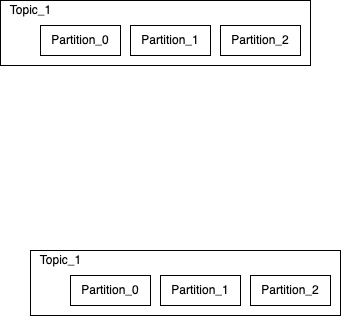
This is kafka消费策略.png from wu0hgl/note_pic, a draw.io export, as it was before one commit. Source tidied: cells renumbered, new cells last; positions are measured from the earlier drawing's top-left corner, leaving out a move shared by most shapes. The source it was exported from:
```xml
<mxGraphModel>
  <root>
    <mxCell id="0" />
    <mxCell id="1" parent="0" />
    <mxCell id="2" style="rounded=0;whiteSpace=wrap;html=1;" parent="1" vertex="1">
      <mxGeometry width="310" height="65" as="geometry" />
    </mxCell>
    <mxCell id="3" value="Partition_0" style="rounded=0;whiteSpace=wrap;html=1;" parent="1" vertex="1">
      <mxGeometry x="40" y="25" width="80" height="30" as="geometry" />
    </mxCell>
    <mxCell id="4" value="Partition_1" style="rounded=0;whiteSpace=wrap;html=1;" parent="1" vertex="1">
      <mxGeometry x="130" y="25" width="80" height="30" as="geometry" />
    </mxCell>
    <mxCell id="5" value="Partition_2" style="rounded=0;whiteSpace=wrap;html=1;" parent="1" vertex="1">
      <mxGeometry x="220" y="25" width="80" height="30" as="geometry" />
    </mxCell>
    <mxCell id="6" value="Topic_1" style="text;html=1;align=center;verticalAlign=middle;fillColor=none;strokeColor=none;rounded=0;" parent="1" vertex="1">
      <mxGeometry width="60" height="20" as="geometry" />
    </mxCell>
    <mxCell id="7" style="rounded=0;whiteSpace=wrap;html=1;" parent="1" vertex="1">
      <mxGeometry x="30" y="250" width="310" height="65" as="geometry" />
    </mxCell>
    <mxCell id="8" value="Partition_0" style="rounded=0;whiteSpace=wrap;html=1;" parent="1" vertex="1">
      <mxGeometry x="70" y="275" width="80" height="30" as="geometry" />
    </mxCell>
    <mxCell id="9" value="Partition_1" style="rounded=0;whiteSpace=wrap;html=1;" parent="1" vertex="1">
      <mxGeometry x="160" y="275" width="80" height="30" as="geometry" />
    </mxCell>
    <mxCell id="10" value="Partition_2" style="rounded=0;whiteSpace=wrap;html=1;" parent="1" vertex="1">
      <mxGeometry x="250" y="275" width="80" height="30" as="geometry" />
    </mxCell>
    <mxCell id="11" value="Topic_1" style="text;html=1;align=center;verticalAlign=middle;fillColor=none;strokeColor=none;rounded=0;" parent="1" vertex="1">
      <mxGeometry x="30" y="250" width="60" height="20" as="geometry" />
    </mxCell>
  </root>
</mxGraphModel>
```
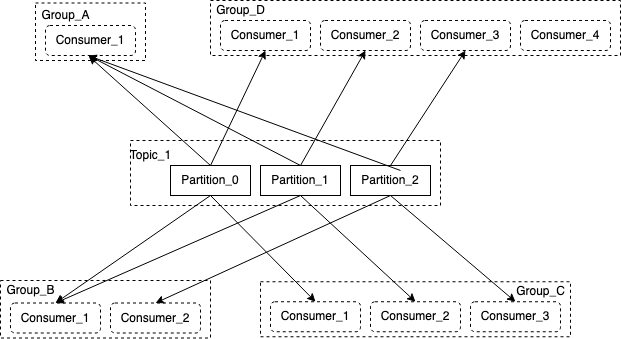
After the change.

Commit message:
更新kafka消费策略.png

The edit, as a diff of the source:
```diff
@@ -2,7 +2,13 @@
   <root>
     <mxCell id="0" />
     <mxCell id="1" parent="0" />
+    <mxCell id="12" style="rounded=0;whiteSpace=wrap;html=1;dashed=1;" parent="1" vertex="1">
+      <mxGeometry x="80" y="-140" width="410" height="55" as="geometry" />
+    </mxCell>
+    <mxCell id="13" style="rounded=0;whiteSpace=wrap;html=1;dashed=1;" parent="1" vertex="1">
+      <mxGeometry x="130" y="141.2" width="310" height="55" as="geometry" />
+    </mxCell>
-    <mxCell id="2" style="rounded=0;whiteSpace=wrap;html=1;" parent="1" vertex="1">
+    <mxCell id="2" style="rounded=0;whiteSpace=wrap;html=1;dashed=1;" parent="1" vertex="1">
       <mxGeometry width="310" height="65" as="geometry" />
     </mxCell>
     <mxCell id="3" value="Partition_0" style="rounded=0;whiteSpace=wrap;html=1;" parent="1" vertex="1">
@@ -15,22 +21,93 @@
       <mxGeometry x="220" y="25" width="80" height="30" as="geometry" />
     </mxCell>
     <mxCell id="6" value="Topic_1" style="text;html=1;align=center;verticalAlign=middle;fillColor=none;strokeColor=none;rounded=0;" parent="1" vertex="1">
-      <mxGeometry width="60" height="20" as="geometry" />
+      <mxGeometry x="-10" y="5" width="60" height="20" as="geometry" />
     </mxCell>
-    <mxCell id="7" style="rounded=0;whiteSpace=wrap;html=1;" parent="1" vertex="1">
-      <mxGeometry x="30" y="250" width="310" height="65" as="geometry" />
-    </mxCell>
-    <mxCell id="8" value="Partition_0" style="rounded=0;whiteSpace=wrap;html=1;" parent="1" vertex="1">
-      <mxGeometry x="70" y="275" width="80" height="30" as="geometry" />
-    </mxCell>
-    <mxCell id="9" value="Partition_1" style="rounded=0;whiteSpace=wrap;html=1;" parent="1" vertex="1">
-      <mxGeometry x="160" y="275" width="80" height="30" as="geometry" />
-    </mxCell>
-    <mxCell id="10" value="Partition_2" style="rounded=0;whiteSpace=wrap;html=1;" parent="1" vertex="1">
-      <mxGeometry x="250" y="275" width="80" height="30" as="geometry" />
-    </mxCell>
-    <mxCell id="11" value="Topic_1" style="text;html=1;align=center;verticalAlign=middle;fillColor=none;strokeColor=none;rounded=0;" parent="1" vertex="1">
-      <mxGeometry x="30" y="250" width="60" height="20" as="geometry" />
-    </mxCell>
+    <mxCell id="14" style="rounded=0;whiteSpace=wrap;html=1;dashed=1;" parent="1" vertex="1">
+      <mxGeometry x="-95" y="-137.5" width="110" height="57.5" as="geometry" />
+    </mxCell>
+    <mxCell id="15" value="Consumer_1" style="rounded=1;whiteSpace=wrap;html=1;dashed=1;strokeColor=#000000;" parent="1" vertex="1">
+      <mxGeometry x="-85" y="-115" width="90" height="30" as="geometry" />
+    </mxCell>
+    <mxCell id="16" value="Consumer_3" style="rounded=1;whiteSpace=wrap;html=1;dashed=1;strokeColor=#000000;" parent="1" vertex="1">
+      <mxGeometry x="340" y="161.2" width="90" height="30" as="geometry" />
+    </mxCell>
+    <mxCell id="17" value="Group_A" style="text;html=1;align=center;verticalAlign=middle;fillColor=none;strokeColor=none;rounded=0;" parent="1" vertex="1">
+      <mxGeometry x="-95" y="-135" width="60" height="20" as="geometry" />
+    </mxCell>
+    <mxCell id="18" style="rounded=0;whiteSpace=wrap;html=1;dashed=1;" parent="1" vertex="1">
+      <mxGeometry x="-130" y="140" width="210" height="57.5" as="geometry" />
+    </mxCell>
+    <mxCell id="19" value="Consumer_1" style="rounded=1;whiteSpace=wrap;html=1;dashed=1;strokeColor=#000000;" parent="1" vertex="1">
+      <mxGeometry x="-120" y="162.5" width="90" height="30" as="geometry" />
+    </mxCell>
+    <mxCell id="20" value="Consumer_2" style="rounded=1;whiteSpace=wrap;html=1;dashed=1;strokeColor=#000000;" parent="1" vertex="1">
+      <mxGeometry x="-20" y="162.5" width="90" height="30" as="geometry" />
+    </mxCell>
+    <mxCell id="21" value="&lt;div&gt;Group_B&lt;/div&gt;" style="text;html=1;align=center;verticalAlign=middle;fillColor=none;strokeColor=none;rounded=0;" parent="1" vertex="1">
+      <mxGeometry x="-130" y="140" width="60" height="20" as="geometry" />
+    </mxCell>
+    <mxCell id="22" value="Consumer_1" style="rounded=1;whiteSpace=wrap;html=1;dashed=1;strokeColor=#000000;" parent="1" vertex="1">
+      <mxGeometry x="140" y="161.2" width="90" height="30" as="geometry" />
+    </mxCell>
+    <mxCell id="23" value="Consumer_2" style="rounded=1;whiteSpace=wrap;html=1;dashed=1;strokeColor=#000000;" parent="1" vertex="1">
+      <mxGeometry x="240" y="161.2" width="90" height="30" as="geometry" />
+    </mxCell>
+    <mxCell id="24" value="&lt;div&gt;Group_C&lt;/div&gt;" style="text;html=1;align=center;verticalAlign=middle;fillColor=none;strokeColor=none;rounded=0;" parent="1" vertex="1">
+      <mxGeometry x="380" y="141.2" width="60" height="20" as="geometry" />
+    </mxCell>
+    <mxCell id="25" value="Consumer_4" style="rounded=1;whiteSpace=wrap;html=1;dashed=1;strokeColor=#000000;" parent="1" vertex="1">
+      <mxGeometry x="390" y="-120" width="90" height="30" as="geometry" />
+    </mxCell>
+    <mxCell id="26" value="Consumer_3" style="rounded=1;whiteSpace=wrap;html=1;dashed=1;strokeColor=#000000;" parent="1" vertex="1">
+      <mxGeometry x="290" y="-120" width="90" height="30" as="geometry" />
+    </mxCell>
+    <mxCell id="27" value="Consumer_1" style="rounded=1;whiteSpace=wrap;html=1;dashed=1;strokeColor=#000000;" parent="1" vertex="1">
+      <mxGeometry x="90" y="-120" width="90" height="30" as="geometry" />
+    </mxCell>
+    <mxCell id="28" value="Consumer_2" style="rounded=1;whiteSpace=wrap;html=1;dashed=1;strokeColor=#000000;" parent="1" vertex="1">
+      <mxGeometry x="190" y="-120" width="90" height="30" as="geometry" />
+    </mxCell>
+    <mxCell id="29" value="&lt;div&gt;Group_D&lt;/div&gt;" style="text;html=1;align=center;verticalAlign=middle;fillColor=none;strokeColor=none;rounded=0;" parent="1" vertex="1">
+      <mxGeometry x="80" y="-140" width="60" height="20" as="geometry" />
+    </mxCell>
+    <mxCell id="30" style="endArrow=classic;html=1;exitX=0.5;exitY=0;exitDx=0;exitDy=0;entryX=0.5;entryY=1;entryDx=0;entryDy=0;" parent="1" edge="1" source="3" target="27">
+      <mxGeometry relative="1" as="geometry" />
+    </mxCell>
+    <mxCell id="31" style="endArrow=classic;html=1;exitX=0.5;exitY=0;exitDx=0;exitDy=0;entryX=0.5;entryY=1;entryDx=0;entryDy=0;" parent="1" edge="1" source="4" target="28">
+      <mxGeometry relative="1" as="geometry" />
+    </mxCell>
+    <mxCell id="32" style="endArrow=classic;html=1;exitX=0.5;exitY=0;exitDx=0;exitDy=0;entryX=0.5;entryY=1;entryDx=0;entryDy=0;" parent="1" edge="1" source="5" target="26">
+      <mxGeometry relative="1" as="geometry" />
+    </mxCell>
+    <mxCell id="33" style="endArrow=classic;html=1;entryX=0.476;entryY=1.005;entryDx=0;entryDy=0;entryPerimeter=0;" parent="1" edge="1" target="15">
+      <mxGeometry relative="1" as="geometry">
+        <mxPoint x="270" y="30" as="sourcePoint" />
+      </mxGeometry>
+    </mxCell>
+    <mxCell id="34" style="endArrow=classic;html=1;exitX=0.5;exitY=0;exitDx=0;exitDy=0;entryX=0.476;entryY=0.997;entryDx=0;entryDy=0;entryPerimeter=0;" parent="1" edge="1" source="4" target="15">
+      <mxGeometry relative="1" as="geometry" />
+    </mxCell>
+    <mxCell id="35" style="endArrow=classic;html=1;exitX=0.5;exitY=0;exitDx=0;exitDy=0;entryX=0.481;entryY=1.021;entryDx=0;entryDy=0;entryPerimeter=0;" parent="1" edge="1" source="3" target="15">
+      <mxGeometry relative="1" as="geometry" />
+    </mxCell>
+    <mxCell id="36" style="endArrow=classic;html=1;exitX=0.5;exitY=1;exitDx=0;exitDy=0;entryX=0.5;entryY=0;entryDx=0;entryDy=0;" parent="1" edge="1" source="3" target="22">
+      <mxGeometry relative="1" as="geometry" />
+    </mxCell>
+    <mxCell id="37" style="endArrow=classic;html=1;exitX=0.5;exitY=1;exitDx=0;exitDy=0;entryX=0.5;entryY=0;entryDx=0;entryDy=0;" parent="1" edge="1" source="4" target="23">
+      <mxGeometry relative="1" as="geometry" />
+    </mxCell>
+    <mxCell id="38" style="endArrow=classic;html=1;exitX=0.5;exitY=1;exitDx=0;exitDy=0;entryX=0.5;entryY=0;entryDx=0;entryDy=0;" parent="1" edge="1" source="5" target="16">
+      <mxGeometry relative="1" as="geometry" />
+    </mxCell>
+    <mxCell id="39" style="endArrow=classic;html=1;exitX=0.5;exitY=1;exitDx=0;exitDy=0;entryX=0.5;entryY=0;entryDx=0;entryDy=0;" parent="1" edge="1" source="3" target="19">
+      <mxGeometry relative="1" as="geometry" />
+    </mxCell>
+    <mxCell id="40" style="endArrow=classic;html=1;exitX=0.5;exitY=1;exitDx=0;exitDy=0;entryX=0.5;entryY=0;entryDx=0;entryDy=0;" parent="1" edge="1" source="4" target="19">
+      <mxGeometry relative="1" as="geometry" />
+    </mxCell>
+    <mxCell id="41" style="endArrow=classic;html=1;exitX=0.5;exitY=1;exitDx=0;exitDy=0;entryX=0.5;entryY=0;entryDx=0;entryDy=0;" parent="1" edge="1" source="5" target="20">
+      <mxGeometry relative="1" as="geometry" />
+    </mxCell>
   </root>
 </mxGraphModel>
```
